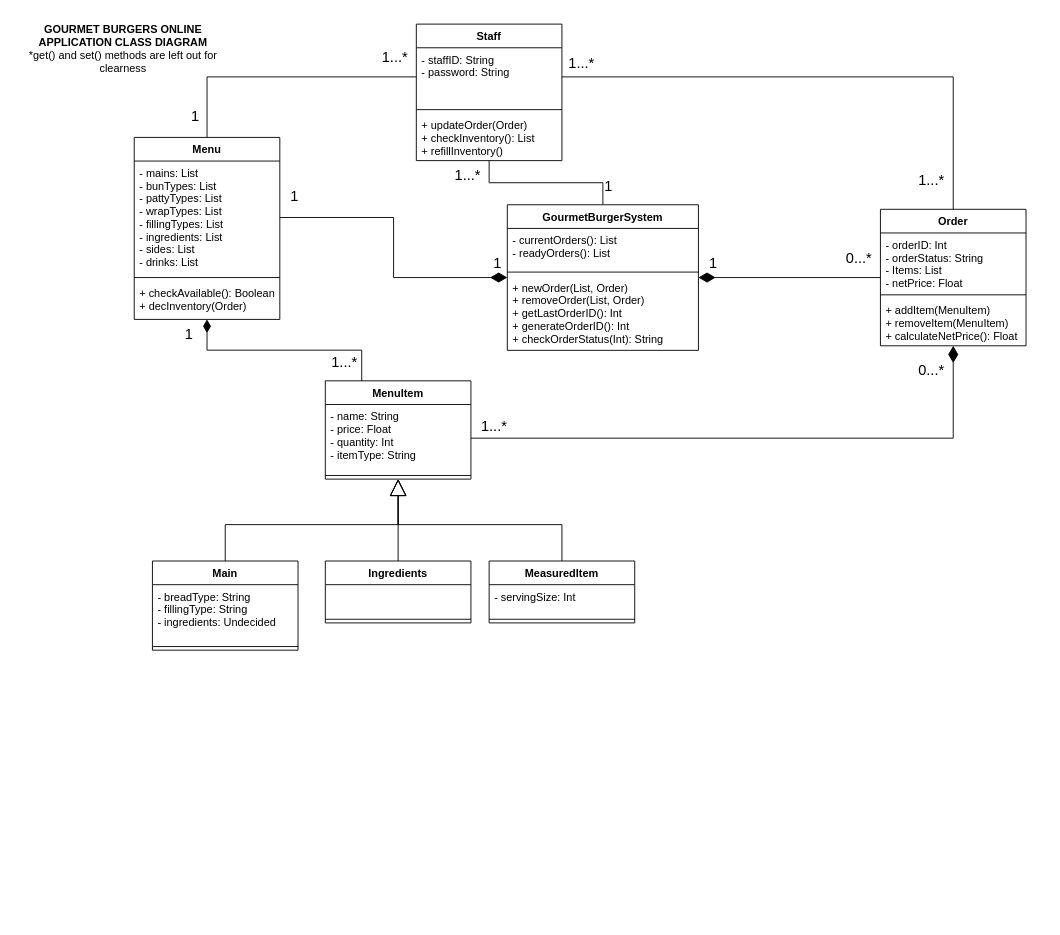
The draw.io diagram docs/GourmetBurgersClassDiagram.drawio in houdeanie/c1531-Burger-site, before the edit. Source tidied: cells renumbered, new cells numbered last; positions are measured from the earlier drawing's top-left corner, leaving out a move shared by most shapes. Both pictures are drawn from the tidied source at 91%, with x=0, y=0 at pixel (15, 24).
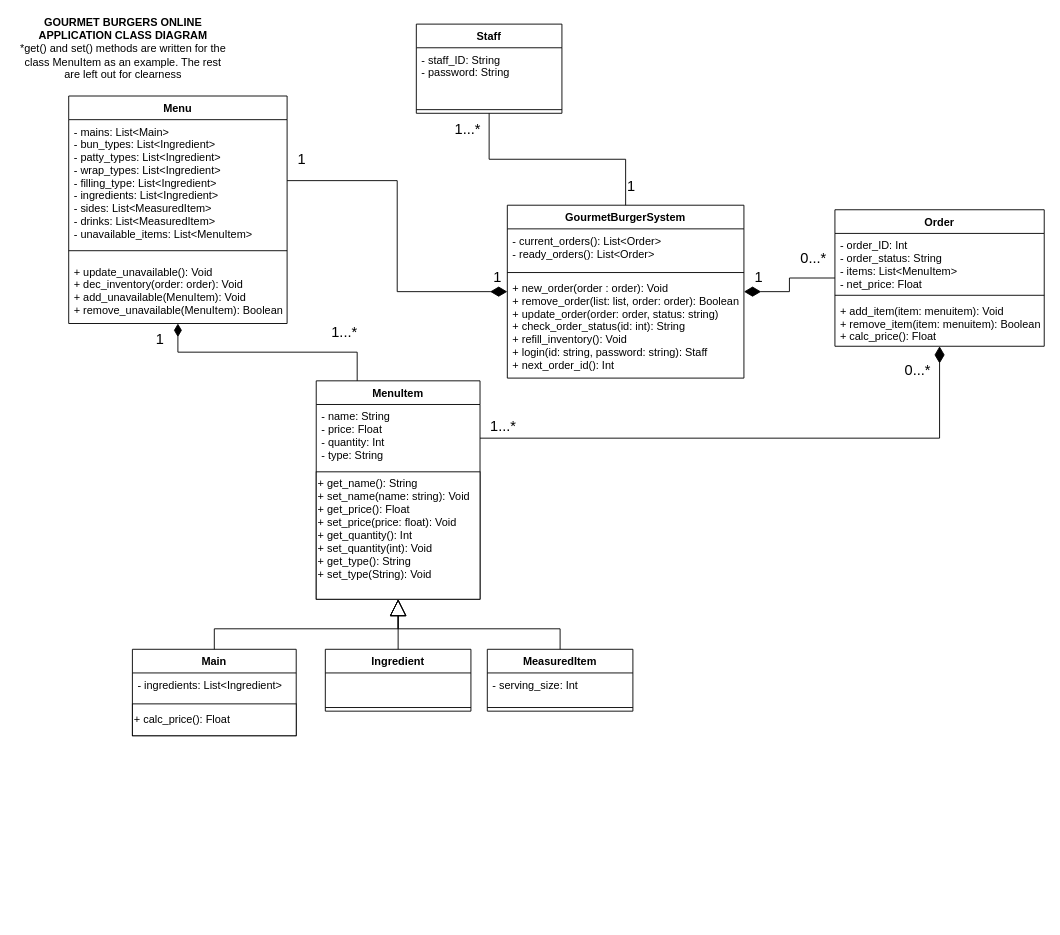
The same page after the edit.

Commit message:
implemented mid term feedback to class diagram

The change refers to these unchanged cells:
```xml
<mxCell id="28" style="endArrow=diamondThin;html=1;endSize=12;startArrow=none;startSize=16;startFill=0;edgeStyle=orthogonalEdgeStyle;strokeWidth=1;rounded=0;endFill=1;exitX=0.25;exitY=0;exitDx=0;exitDy=0;" parent="1" edge="1" source="15" target="21">
  <mxGeometry relative="1" as="geometry" />
</mxCell>
<mxCell id="47" value="MeasuredItem" style="swimlane;fontStyle=1;align=center;verticalAlign=top;horizontal=1;startSize=26;" parent="43" vertex="1">
  <mxGeometry x="460" y="75" width="160" height="68" as="geometry" />
</mxCell>
```

What changed in the source:
```diff
@@
     <mxCell id="2" value="Order" style="swimlane;fontStyle=1;align=center;verticalAlign=top;horizontal=1;startSize=26;" parent="1" vertex="1">
-      <mxGeometry x="950" y="203.5" width="160" height="150" as="geometry" />
+      <mxGeometry x="900" y="204" width="230" height="150" as="geometry" />
     </mxCell>
-    <mxCell id="3" value="- orderID: Int&#10;- orderStatus: String&#10;- Items: List &#10;- netPrice: Float&#10;" style="text;strokeColor=none;fillColor=none;align=left;verticalAlign=top;spacingLeft=4;spacingRight=4;overflow=hidden;" parent="2" vertex="1">
-      <mxGeometry y="26" width="160" height="64" as="geometry" />
+    <mxCell id="3" value="- order_ID: Int&#10;- order_status: String&#10;- items: List&lt;MenuItem&gt;&#10;- net_price: Float&#10;" style="text;strokeColor=none;fillColor=none;align=left;verticalAlign=top;spacingLeft=4;spacingRight=4;overflow=hidden;" parent="2" vertex="1">
+      <mxGeometry y="26" width="230" height="64" as="geometry" />
     </mxCell>
     <mxCell id="4" style="line;strokeWidth=1;fillColor=none;align=left;verticalAlign=middle;spacingTop=-1;spacingLeft=3;spacingRight=3;labelPosition=right;" parent="2" vertex="1">
-      <mxGeometry y="90" width="160" height="8" as="geometry" />
+      <mxGeometry y="90" width="230" height="8" as="geometry" />
     </mxCell>
-    <mxCell id="5" value="+ addItem(MenuItem)&#10;+ removeItem(MenuItem)&#10;+ calculateNetPrice(): Float&#10;" style="text;strokeColor=none;fillColor=none;align=left;verticalAlign=top;spacingLeft=4;spacingRight=4;overflow=hidden;" parent="2" vertex="1">
-      <mxGeometry y="98" width="160" height="52" as="geometry" />
+    <mxCell id="5" value="+ add_item(item: menuitem): Void&#10;+ remove_item(item: menuitem): Boolean&#10;+ calc_price(): Float&#10;" style="text;strokeColor=none;fillColor=none;align=left;verticalAlign=top;spacingLeft=4;spacingRight=4;overflow=hidden;" parent="2" vertex="1">
+      <mxGeometry y="98" width="230" height="52" as="geometry" />
     </mxCell>
     <mxCell id="6" value="GourmetBurgerSystem" style="swimlane;fontStyle=1;align=center;verticalAlign=top;horizontal=1;startSize=26;" parent="1" vertex="1">
-      <mxGeometry x="540" y="198.5" width="210" height="160" as="geometry" />
+      <mxGeometry x="540" y="199" width="260" height="190" as="geometry" />
     </mxCell>
-    <mxCell id="7" value="- currentOrders(): List&#10;- readyOrders(): List&#10;&#10;" style="text;strokeColor=none;fillColor=none;align=left;verticalAlign=top;spacingLeft=4;spacingRight=4;overflow=hidden;" parent="6" vertex="1">
-      <mxGeometry y="26" width="210" height="44" as="geometry" />
+    <mxCell id="7" value="- current_orders(): List&lt;Order&gt;&#10;- ready_orders(): List&lt;Order&gt;&#10;&#10;" style="text;strokeColor=none;fillColor=none;align=left;verticalAlign=top;spacingLeft=4;spacingRight=4;overflow=hidden;" parent="6" vertex="1">
+      <mxGeometry y="26" width="260" height="44" as="geometry" />
     </mxCell>
     <mxCell id="8" style="line;strokeWidth=1;fillColor=none;align=left;verticalAlign=middle;spacingTop=-1;spacingLeft=3;spacingRight=3;labelPosition=right;" parent="6" vertex="1">
-      <mxGeometry y="70" width="210" height="8" as="geometry" />
+      <mxGeometry y="70" width="260" height="8" as="geometry" />
     </mxCell>
-    <mxCell id="9" value="+ newOrder(List, Order)&#10;+ removeOrder(List, Order)  &#10;+ getLastOrderID(): Int&#10;+ generateOrderID(): Int&#10;+ checkOrderStatus(Int): String&#10;" style="text;strokeColor=none;fillColor=none;align=left;verticalAlign=top;spacingLeft=4;spacingRight=4;overflow=hidden;" parent="6" vertex="1">
-      <mxGeometry y="78" width="210" height="82" as="geometry" />
+    <mxCell id="9" value="+ new_order(order : order): Void&#10;+ remove_order(list: list, order: order): Boolean  &#10;+ update_order(order: order, status: string)&#10;+ check_order_status(id: int): String&#10;+ refill_inventory(): Void&#10;+ login(id: string, password: string): Staff&#10;+ next_order_id(): Int&#10;" style="text;strokeColor=none;fillColor=none;align=left;verticalAlign=top;spacingLeft=4;spacingRight=4;overflow=hidden;" parent="6" vertex="1">
+      <mxGeometry y="78" width="260" height="112" as="geometry" />
     </mxCell>
     <mxCell id="10" value="Staff" style="swimlane;fontStyle=1;align=center;verticalAlign=top;horizontal=1;startSize=26;" parent="1" vertex="1">
-      <mxGeometry x="440" width="160" height="150" as="geometry" />
+      <mxGeometry x="440" width="160" height="98" as="geometry" />
     </mxCell>
-    <mxCell id="11" value="- staffID: String&#10;- password: String&#10;" style="text;strokeColor=none;fillColor=none;align=left;verticalAlign=top;spacingLeft=4;spacingRight=4;overflow=hidden;points=[[0,0.5],[1,0.5]];portConstraint=eastwest;" parent="10" vertex="1">
+    <mxCell id="11" value="- staff_ID: String&#10;- password: String&#10;" style="text;strokeColor=none;fillColor=none;align=left;verticalAlign=top;spacingLeft=4;spacingRight=4;overflow=hidden;points=[[0,0.5],[1,0.5]];portConstraint=eastwest;" parent="10" vertex="1">
       <mxGeometry y="26" width="160" height="64" as="geometry" />
     </mxCell>
@@
-    <mxCell id="13" value="+ updateOrder(Order)&#10;+ checkInventory(): List&#10;+ refillInventory()" style="text;strokeColor=none;fillColor=none;align=left;verticalAlign=top;spacingLeft=4;spacingRight=4;overflow=hidden;" parent="10" vertex="1">
-      <mxGeometry y="98" width="160" height="52" as="geometry" />
-    </mxCell>
-    <mxCell id="14" value="&lt;b&gt;GOURMET BURGERS ONLINE APPLICATION CLASS DIAGRAM&lt;br&gt;&lt;/b&gt;*get() and set() methods are left out for clearness&lt;br&gt;" style="text;html=1;strokeColor=none;fillColor=none;align=center;verticalAlign=middle;whiteSpace=wrap;rounded=0;" parent="1" vertex="1">
+    <mxCell id="14" value="&lt;b&gt;GOURMET BURGERS ONLINE APPLICATION CLASS DIAGRAM&lt;br&gt;&lt;/b&gt;*get() and set() methods are written for the class MenuItem as an example. The rest are left out for clearness&lt;br&gt;" style="text;html=1;strokeColor=none;fillColor=none;align=center;verticalAlign=middle;whiteSpace=wrap;rounded=0;" parent="1" vertex="1">
       <mxGeometry y="17" width="236" height="20" as="geometry" />
     </mxCell>
     <mxCell id="15" value="MenuItem" style="swimlane;fontStyle=1;align=center;verticalAlign=top;horizontal=1;startSize=26;" parent="1" vertex="1">
-      <mxGeometry x="340" y="392" width="160" height="108" as="geometry" />
+      <mxGeometry x="330" y="392" width="180" height="240" as="geometry" />
     </mxCell>
-    <mxCell id="16" value="- name: String&#10;- price: Float&#10;- quantity: Int&#10;- itemType: String&#10;" style="text;strokeColor=none;fillColor=none;align=left;verticalAlign=top;spacingLeft=4;spacingRight=4;overflow=hidden;points=[[0,0.5],[1,0.5]];portConstraint=eastwest;" parent="15" vertex="1">
-      <mxGeometry y="26" width="160" height="74" as="geometry" />
+    <mxCell id="16" value="- name: String&#10;- price: Float&#10;- quantity: Int&#10;- type: String&#10;" style="text;strokeColor=none;fillColor=none;align=left;verticalAlign=top;spacingLeft=4;spacingRight=4;overflow=hidden;points=[[0,0.5],[1,0.5]];portConstraint=eastwest;" parent="15" vertex="1">
+      <mxGeometry y="26" width="180" height="74" as="geometry" />
     </mxCell>
-    <mxCell id="17" style="line;strokeWidth=1;fillColor=none;align=left;verticalAlign=middle;spacingTop=-1;spacingLeft=3;spacingRight=3;labelPosition=right;" parent="15" vertex="1">
-      <mxGeometry y="100" width="160" height="8" as="geometry" />
-    </mxCell>
+    <mxCell id="56" value="+ get_name(): String&lt;br&gt;+ set_name(name: string): Void&lt;br&gt;+ get_price(): Float&lt;br&gt;+ set_price(price: float): Void&lt;br&gt;+ get_quantity(): Int&lt;br&gt;+ set_quantity(int): Void&lt;br&gt;+ get_type(): String&lt;br&gt;+ set_type(String): Void&lt;br&gt;&lt;br&gt;" style="html=1;align=left;" parent="15" vertex="1">
+      <mxGeometry y="100" width="180" height="140" as="geometry" />
+    </mxCell>
@@
     <mxCell id="21" value="Menu" style="swimlane;fontStyle=1;align=center;verticalAlign=top;horizontal=1;startSize=26;" parent="1" vertex="1">
-      <mxGeometry x="130" y="124.5" width="160" height="200" as="geometry" />
+      <mxGeometry x="58" y="79" width="240" height="250" as="geometry" />
     </mxCell>
-    <mxCell id="22" value="- mains: List&#10;- bunTypes: List&#10;- pattyTypes: List&#10;- wrapTypes: List&#10;- fillingTypes: List&#10;- ingredients: List&#10;- sides: List&#10;- drinks: List&#10;&#10;" style="text;strokeColor=none;fillColor=none;align=left;verticalAlign=top;spacingLeft=4;spacingRight=4;overflow=hidden;points=[[0,0.5],[1,0.5]];portConstraint=eastwest;" parent="21" vertex="1">
-      <mxGeometry y="26" width="160" height="124" as="geometry" />
+    <mxCell id="22" value="- mains: List&lt;Main&gt;&#10;- bun_types: List&lt;Ingredient&gt;&#10;- patty_types: List&lt;Ingredient&gt;&#10;- wrap_types: List&lt;Ingredient&gt;&#10;- filling_type: List&lt;Ingredient&gt;&#10;- ingredients: List&lt;Ingredient&gt;&#10;- sides: List&lt;MeasuredItem&gt;&#10;- drinks: List&lt;MeasuredItem&gt;&#10;- unavailable_items: List&lt;MenuItem&gt;&#10;&#10;&#10;" style="text;strokeColor=none;fillColor=none;align=left;verticalAlign=top;spacingLeft=4;spacingRight=4;overflow=hidden;points=[[0,0.5],[1,0.5]];portConstraint=eastwest;" parent="21" vertex="1">
+      <mxGeometry y="26" width="240" height="134" as="geometry" />
     </mxCell>
     <mxCell id="23" style="line;strokeWidth=1;fillColor=none;align=left;verticalAlign=middle;spacingTop=-1;spacingLeft=3;spacingRight=3;labelPosition=right;" parent="21" vertex="1">
-      <mxGeometry y="150" width="160" height="8" as="geometry" />
+      <mxGeometry y="160" width="240" height="20" as="geometry" />
     </mxCell>
-    <mxCell id="24" value="+ checkAvailable(): Boolean&#10;+ decInventory(Order)&#10;" style="text;strokeColor=none;fillColor=none;align=left;verticalAlign=top;spacingLeft=4;spacingRight=4;overflow=hidden;" parent="21" vertex="1">
-      <mxGeometry y="158" width="160" height="42" as="geometry" />
+    <mxCell id="24" value="+ update_unavailable(): Void&#10;+ dec_inventory(order: order): Void&#10;+ add_unavailable(MenuItem): Void&#10;+ remove_unavailable(MenuItem): Boolean" style="text;strokeColor=none;fillColor=none;align=left;verticalAlign=top;spacingLeft=4;spacingRight=4;overflow=hidden;" parent="21" vertex="1">
+      <mxGeometry y="180" width="240" height="70" as="geometry" />
     </mxCell>
-    <mxCell id="25" style="endArrow=none;html=1;endSize=12;startArrow=none;startSize=14;startFill=0;edgeStyle=orthogonalEdgeStyle;strokeWidth=1;rounded=0;endFill=0;exitX=0.5;exitY=0;exitDx=0;exitDy=0;" parent="1" edge="1" source="21" target="11">
-      <mxGeometry relative="1" as="geometry" />
-    </mxCell>
-    <mxCell id="26" value="1" style="html=1;align=left;verticalAlign=top;labelBackgroundColor=#ffffff;fontSize=16;" parent="25" vertex="1">
-      <mxGeometry x="-1" relative="1" as="geometry">
-        <mxPoint x="-19.5" y="-39.5" as="offset" />
-      </mxGeometry>
-    </mxCell>
-    <mxCell id="27" value="1...*" style="html=1;align=right;verticalAlign=top;labelBackgroundColor=#ffffff;fontSize=16;" parent="25" vertex="1">
-      <mxGeometry x="1" relative="1" as="geometry">
-        <mxPoint x="-10" y="-38" as="offset" />
-      </mxGeometry>
-    </mxCell>
@@
     <mxCell id="29" value="1...*" style="html=1;align=left;verticalAlign=top;labelBackgroundColor=#ffffff;fontSize=16;" parent="28" vertex="1">
       <mxGeometry x="-1" relative="1" as="geometry">
-        <mxPoint x="-35" y="-37" as="offset" />
+        <mxPoint x="-30" y="-70" as="offset" />
       </mxGeometry>
     </mxCell>
@@
-    <mxCell id="37" style="endArrow=none;html=1;endSize=12;startArrow=none;startSize=14;startFill=0;edgeStyle=orthogonalEdgeStyle;strokeWidth=1;rounded=0;endFill=0;entryX=1;entryY=0.5;entryDx=0;entryDy=0;" parent="1" edge="1" source="2" target="11">
-      <mxGeometry relative="1" as="geometry" />
-    </mxCell>
-    <mxCell id="38" value="1...*" style="html=1;align=left;verticalAlign=top;labelBackgroundColor=#ffffff;fontSize=16;" parent="37" vertex="1">
-      <mxGeometry x="-1" relative="1" as="geometry">
-        <mxPoint x="-40" y="-48.5" as="offset" />
-      </mxGeometry>
-    </mxCell>
-    <mxCell id="39" value="1...*" style="html=1;align=right;verticalAlign=top;labelBackgroundColor=#ffffff;fontSize=16;" parent="37" vertex="1">
-      <mxGeometry x="1" relative="1" as="geometry">
-        <mxPoint x="36.5" y="-31" as="offset" />
-      </mxGeometry>
-    </mxCell>
@@
     <mxCell id="43" style="group;" parent="1" vertex="1">
-      <mxGeometry x="60" y="515" width="724" height="372" as="geometry" />
+      <mxGeometry x="58" y="612" width="724" height="372" as="geometry" />
     </mxCell>
     <mxCell id="44" value="Main" style="swimlane;fontStyle=1;align=center;verticalAlign=top;horizontal=1;startSize=26;" parent="43" vertex="1">
-      <mxGeometry x="90" y="75" width="160" height="98" as="geometry" />
+      <mxGeometry x="70" y="75" width="180" height="95" as="geometry" />
     </mxCell>
-    <mxCell id="45" value="- breadType: String&#10;- fillingType: String&#10;- ingredients: Undecided&#10;" style="text;strokeColor=none;fillColor=none;align=left;verticalAlign=top;spacingLeft=4;spacingRight=4;overflow=hidden;" parent="44" vertex="1">
-      <mxGeometry y="26" width="160" height="64" as="geometry" />
+    <mxCell id="45" value="- ingredients: List&lt;Ingredient&gt;&#10;" style="text;strokeColor=none;fillColor=none;align=left;verticalAlign=top;spacingLeft=4;spacingRight=4;overflow=hidden;" parent="44" vertex="1">
+      <mxGeometry y="26" width="180" height="34" as="geometry" />
     </mxCell>
-    <mxCell id="46" style="line;strokeWidth=1;fillColor=none;align=left;verticalAlign=middle;spacingTop=-1;spacingLeft=3;spacingRight=3;labelPosition=right;" parent="44" vertex="1">
-      <mxGeometry y="90" width="160" height="8" as="geometry" />
-    </mxCell>
+    <mxCell id="57" value="+ calc_price(): Float" style="html=1;align=left;" parent="44" vertex="1">
+      <mxGeometry y="60" width="180" height="35" as="geometry" />
+    </mxCell>
@@
-    <mxCell id="48" value="- servingSize: Int&#10;&#10;" style="text;strokeColor=none;fillColor=none;align=left;verticalAlign=top;spacingLeft=4;spacingRight=4;overflow=hidden;" parent="47" vertex="1">
+    <mxCell id="48" value="- serving_size: Int&#10;&#10;" style="text;strokeColor=none;fillColor=none;align=left;verticalAlign=top;spacingLeft=4;spacingRight=4;overflow=hidden;" parent="47" vertex="1">
       <mxGeometry y="26" width="160" height="34" as="geometry" />
     </mxCell>
@@
-    <mxCell id="50" value="Ingredients" style="swimlane;fontStyle=1;align=center;verticalAlign=top;horizontal=1;startSize=26;" parent="43" vertex="1">
-      <mxGeometry x="280" y="75" width="160" height="68" as="geometry" />
+    <mxCell id="50" value="Ingredient" style="swimlane;fontStyle=1;align=center;verticalAlign=top;horizontal=1;startSize=26;" parent="43" vertex="1">
+      <mxGeometry x="282" y="75" width="160" height="68" as="geometry" />
     </mxCell>
@@
-    <mxCell id="53" style="edgeStyle=orthogonalEdgeStyle;rounded=0;jettySize=auto;html=1;exitX=0.5;exitY=0;exitDx=0;exitDy=0;endArrow=block;endFill=0;endSize=16;" parent="1" edge="1" source="44" target="15">
+    <mxCell id="53" style="edgeStyle=orthogonalEdgeStyle;rounded=0;jettySize=auto;html=1;exitX=0.5;exitY=0;exitDx=0;exitDy=0;startArrow=none;startFill=0;endArrow=block;endFill=0;endSize=16;strokeWidth=1;" parent="1" edge="1" source="44" target="15">
       <mxGeometry relative="1" as="geometry" />
     </mxCell>
-    <mxCell id="54" style="edgeStyle=orthogonalEdgeStyle;rounded=0;jettySize=auto;html=1;exitX=0.5;exitY=0;exitDx=0;exitDy=0;endArrow=block;endFill=0;endSize=16;" parent="1" edge="1" source="47" target="15">
+    <mxCell id="54" style="edgeStyle=orthogonalEdgeStyle;rounded=0;jettySize=auto;html=1;exitX=0.5;exitY=0;exitDx=0;exitDy=0;startArrow=none;startFill=0;endArrow=block;endFill=0;endSize=16;strokeWidth=1;" parent="1" edge="1" source="47" target="15">
       <mxGeometry relative="1" as="geometry" />
     </mxCell>
-    <mxCell id="55" style="edgeStyle=orthogonalEdgeStyle;rounded=0;jettySize=auto;html=1;exitX=0.5;exitY=0;exitDx=0;exitDy=0;endArrow=block;endFill=0;startSize=16;endSize=16;jumpStyle=none;targetPerimeterSpacing=0;" parent="1" edge="1" source="50" target="15">
+    <mxCell id="55" style="edgeStyle=orthogonalEdgeStyle;rounded=0;jettySize=auto;html=1;startArrow=none;startFill=0;endArrow=block;endFill=0;endSize=16;strokeWidth=1;" parent="1" edge="1" source="50" target="15">
       <mxGeometry relative="1" as="geometry" />
     </mxCell>
```
